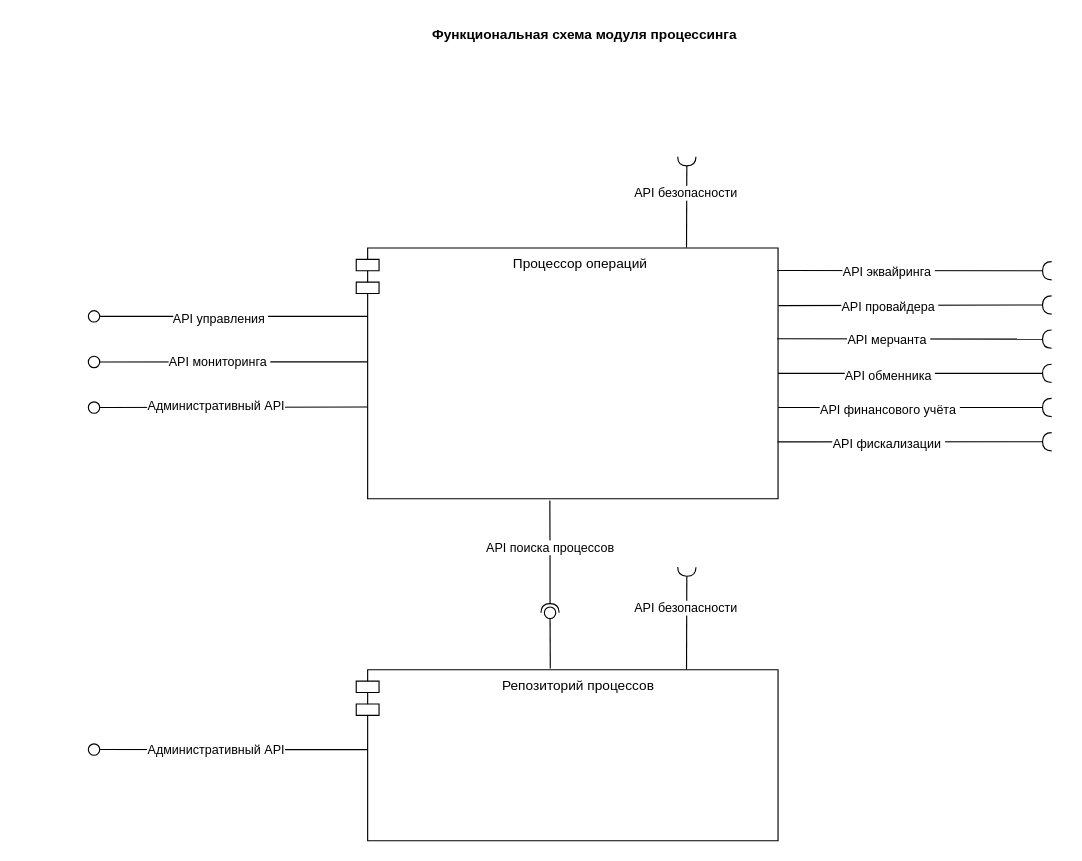
Before: Концепция/Архитектура/Схемы/Модуль процессинга.drawio in juanmendes2626/Robokassa-3.0, a draw.io diagram. Source tidied: cells renumbered, new cells numbered last; positions are measured from the earlier drawing's top-left corner, leaving out a move shared by most shapes. Both pictures are drawn from the tidied source at 114%, with x=0, y=0 at pixel (19, 19).
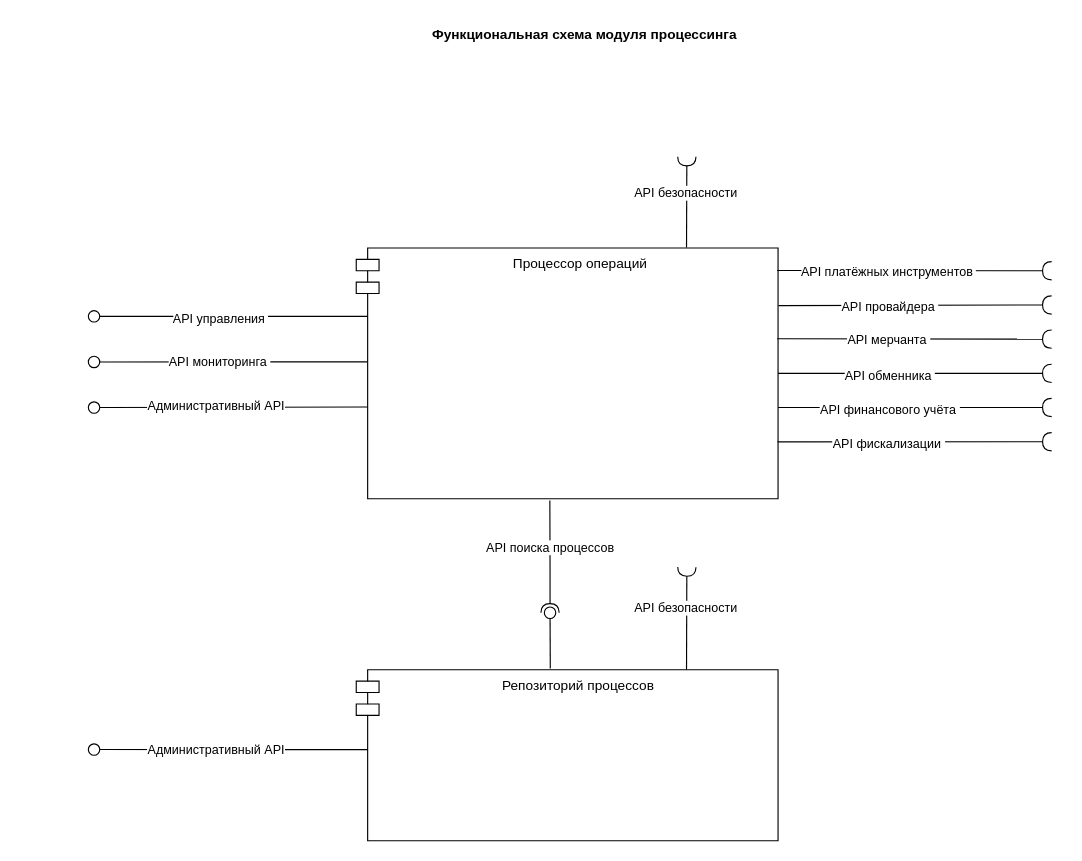
Above is the later version.

Unchanged cells that the change refers to:
```xml
<mxCell id="12" style="rounded=0;jettySize=auto;html=1;endArrow=halfCircle;endFill=0;endSize=6;strokeWidth=1;sketch=0;fontSize=12;curved=1;exitX=0.998;exitY=0.09;exitDx=0;exitDy=0;exitPerimeter=0;" parent="1" edge="1" source="2">
  <mxGeometry relative="1" as="geometry">
    <mxPoint x="905" y="220" as="targetPoint" />
  </mxGeometry>
</mxCell>
```

Diff of the diagram source:
```diff
@@
-    <mxCell id="13" value="API эквайринга&amp;nbsp;" style="edgeLabel;html=1;align=center;verticalAlign=middle;" parent="12" vertex="1">
+    <mxCell id="13" value="API платёжных инструментов&amp;nbsp;" style="edgeLabel;html=1;align=center;verticalAlign=middle;" parent="12" vertex="1">
       <mxGeometry x="-0.19" y="-1" relative="1" as="geometry" />
     </mxCell>
```
